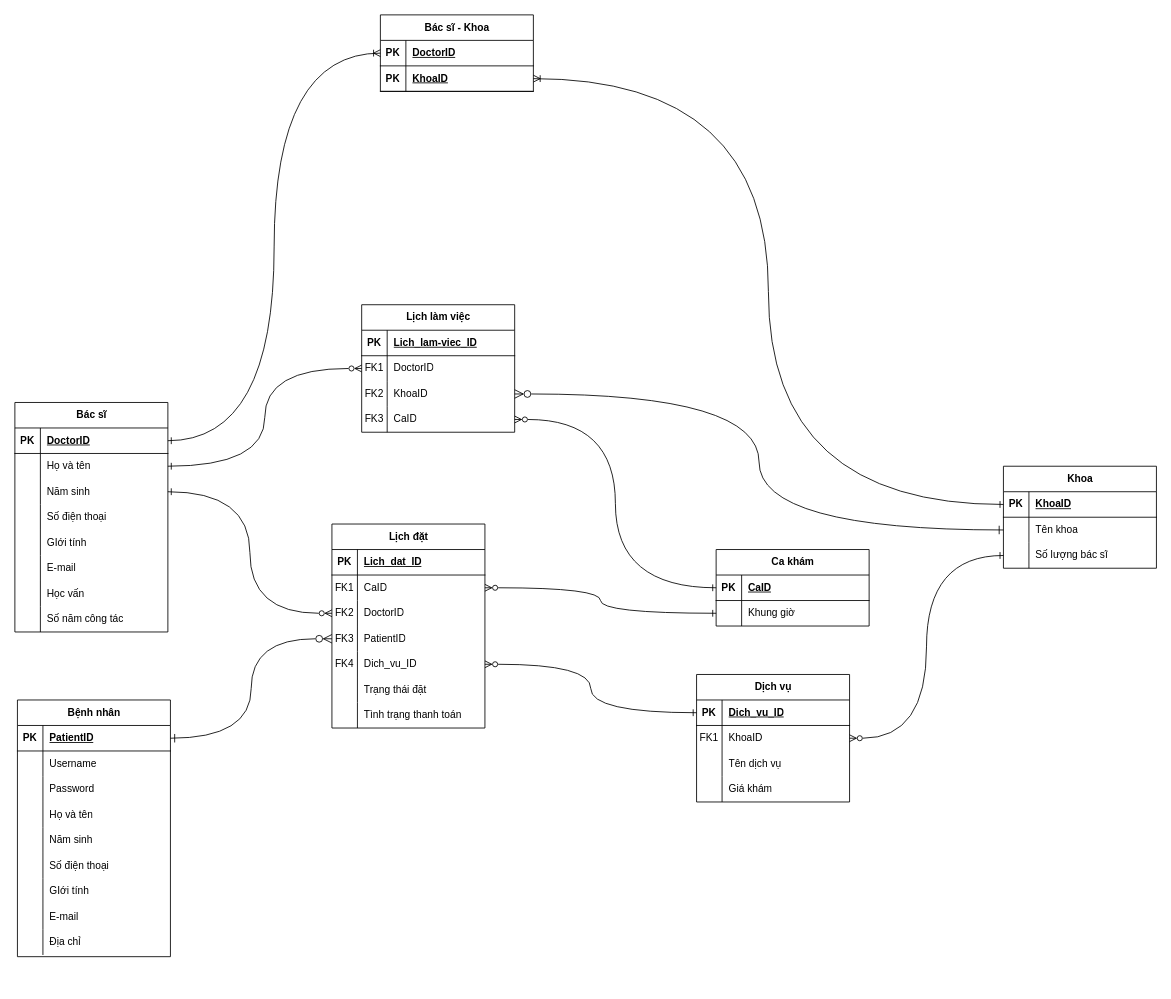
Above: Biểu đồ không có tiêu đề.drawio in ktoan911/Medical_scheduling_Web (draw.io), before the change. Source tidied: cells renumbered, new cells numbered last; positions are measured from the earlier drawing's top-left corner, leaving out a move shared by most shapes. Both pictures are drawn from the tidied source at 85%, with x=0, y=0 at pixel (14, 14).
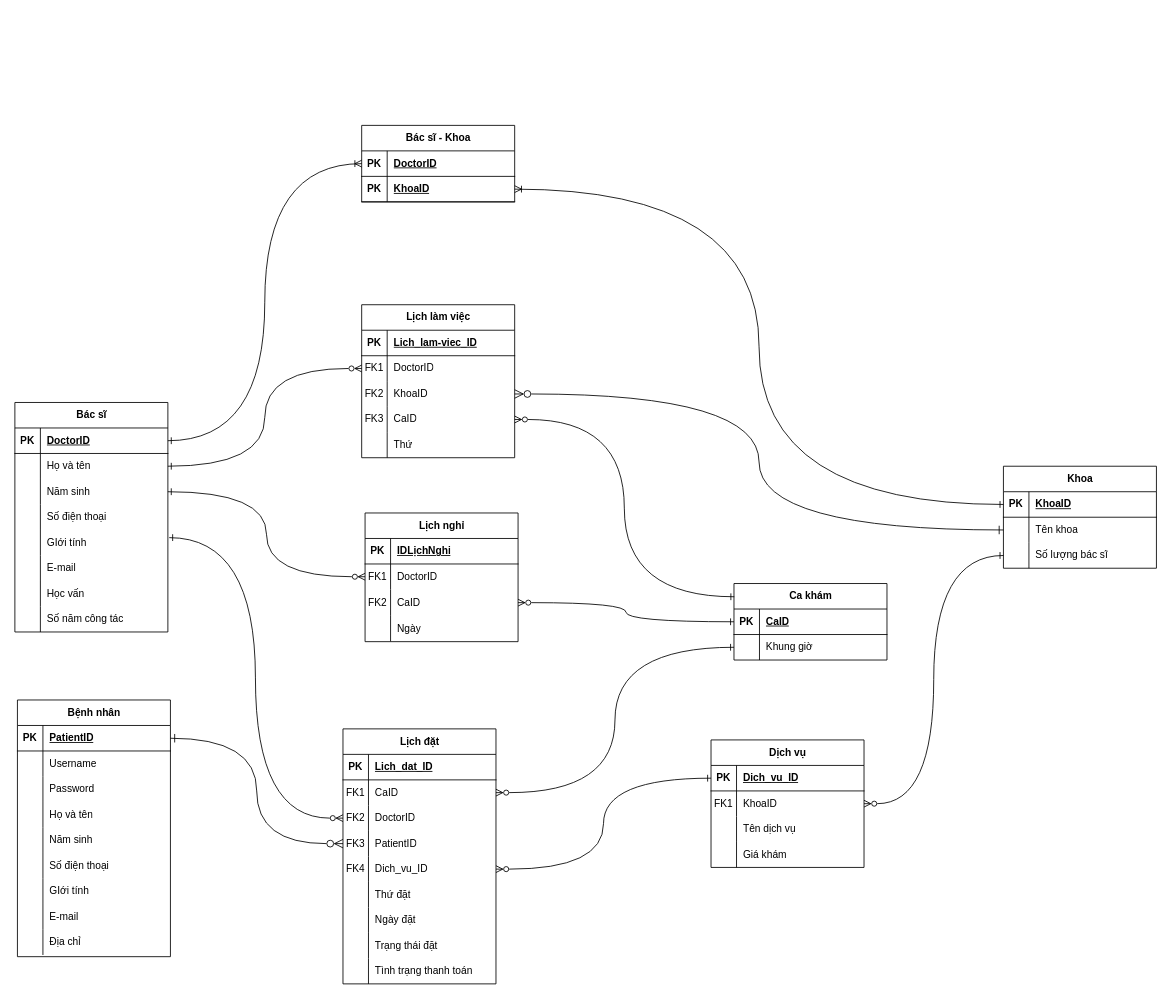
The same diagram, later.

Commit message:
Cập nhật Biểu đồ không có tiêu đề.drawio

Unchanged cells that the change refers to:
```xml
<mxCell id="9" style="shape=tableRow;horizontal=0;startSize=0;swimlaneHead=0;swimlaneBody=0;fillColor=none;points=[[0,0.5],[1,0.5]];portConstraint=eastwest;top=0;left=0;right=0;bottom=0;" parent="2" vertex="1">
  <mxGeometry y="90" width="180" height="30" as="geometry" />
</mxCell>
<mxCell id="15" style="shape=tableRow;horizontal=0;startSize=0;swimlaneHead=0;swimlaneBody=0;fillColor=none;points=[[0,0.5],[1,0.5]];portConstraint=eastwest;top=0;left=0;right=0;bottom=0;" parent="2" vertex="1">
  <mxGeometry y="150" width="180" height="30" as="geometry" />
</mxCell>
<mxCell id="56" style="shape=tableRow;horizontal=0;startSize=0;swimlaneHead=0;swimlaneBody=0;fillColor=none;points=[[0,0.5],[1,0.5]];portConstraint=eastwest;top=0;left=0;right=0;bottom=1;" parent="55" vertex="1">
  <mxGeometry y="30" width="180" height="30" as="geometry" />
</mxCell>
<mxCell id="72" style="shape=tableRow;horizontal=0;startSize=0;swimlaneHead=0;swimlaneBody=0;fillColor=none;points=[[0,0.5],[1,0.5]];portConstraint=eastwest;top=0;left=0;right=0;bottom=0;" parent="62" vertex="1">
  <mxGeometry y="120" width="180" height="30" as="geometry" />
</mxCell>
<mxCell id="82" style="shape=tableRow;horizontal=0;startSize=0;swimlaneHead=0;swimlaneBody=0;fillColor=none;points=[[0,0.5],[1,0.5]];portConstraint=eastwest;top=0;left=0;right=0;bottom=0;" parent="75" vertex="1">
  <mxGeometry y="90" width="180" height="30" as="geometry" />
</mxCell>
```

Change to the diagram source:
```diff
@@
     <mxCell id="55" value="Ca khám" style="shape=table;startSize=30;childLayout=tableLayout;rowLines=0;fontStyle=1;align=center;html=1;" parent="1" vertex="1">
-      <mxGeometry x="825" y="629" width="180" height="90" as="geometry" />
+      <mxGeometry x="846" y="669" width="180" height="90" as="geometry" />
     </mxCell>
@@
     <mxCell id="62" value="Lịch làm việc" style="shape=table;startSize=30;childLayout=tableLayout;rowLines=0;fontStyle=1;align=center;html=1;" parent="1" vertex="1">
-      <mxGeometry x="408" y="341" width="180" height="150" as="geometry" />
+      <mxGeometry x="408" y="341" width="180" height="180" as="geometry" />
     </mxCell>
@@
+    <mxCell id="137" style="shape=tableRow;horizontal=0;startSize=0;swimlaneHead=0;swimlaneBody=0;fillColor=none;top=0;left=0;right=0;bottom=0;" parent="62" vertex="1">
+      <mxGeometry y="150" width="180" height="30" as="geometry" />
+    </mxCell>
+    <mxCell id="138" style="shape=partialRectangle;fillColor=none;top=0;left=0;bottom=0;right=0;overflow=hidden;whiteSpace=wrap;html=1;" parent="137" vertex="1">
+      <mxGeometry width="30" height="30" as="geometry" />
+    </mxCell>
+    <mxCell id="139" value="Thứ" style="shape=partialRectangle;fillColor=none;top=0;left=0;bottom=0;right=0;align=left;spacingLeft=6;overflow=hidden;whiteSpace=wrap;html=1;" parent="137" vertex="1">
+      <mxGeometry x="30" width="150" height="30" as="geometry" />
+    </mxCell>
     <mxCell id="75" value="Lịch đặt" style="shape=table;startSize=30;childLayout=tableLayout;rowLines=0;fontStyle=1;align=center;html=1;" parent="1" vertex="1">
-      <mxGeometry x="373" y="599" width="180" height="240" as="geometry" />
+      <mxGeometry x="386" y="840" width="180" height="300" as="geometry" />
     </mxCell>
@@
+    <mxCell id="140" style="shape=tableRow;horizontal=0;startSize=0;swimlaneHead=0;swimlaneBody=0;fillColor=none;top=0;left=0;right=0;bottom=0;" parent="75" vertex="1">
+      <mxGeometry y="180" width="180" height="30" as="geometry" />
+    </mxCell>
+    <mxCell id="141" style="shape=partialRectangle;fillColor=none;top=0;left=0;bottom=0;right=0;overflow=hidden;whiteSpace=wrap;html=1;" parent="140" vertex="1">
+      <mxGeometry width="30" height="30" as="geometry" />
+    </mxCell>
+    <mxCell id="142" value="Thứ đặt" style="shape=partialRectangle;fillColor=none;top=0;left=0;bottom=0;right=0;align=left;spacingLeft=6;overflow=hidden;whiteSpace=wrap;html=1;" parent="140" vertex="1">
+      <mxGeometry x="30" width="150" height="30" as="geometry" />
+    </mxCell>
+    <mxCell id="143" style="shape=tableRow;horizontal=0;startSize=0;swimlaneHead=0;swimlaneBody=0;fillColor=none;top=0;left=0;right=0;bottom=0;" parent="75" vertex="1">
+      <mxGeometry y="210" width="180" height="30" as="geometry" />
+    </mxCell>
+    <mxCell id="144" style="shape=partialRectangle;fillColor=none;top=0;left=0;bottom=0;right=0;overflow=hidden;whiteSpace=wrap;html=1;" parent="143" vertex="1">
+      <mxGeometry width="30" height="30" as="geometry" />
+    </mxCell>
+    <mxCell id="145" value="Ngày đặt" style="shape=partialRectangle;fillColor=none;top=0;left=0;bottom=0;right=0;align=left;spacingLeft=6;overflow=hidden;whiteSpace=wrap;html=1;" parent="143" vertex="1">
+      <mxGeometry x="30" width="150" height="30" as="geometry" />
+    </mxCell>
     <mxCell id="91" style="shape=tableRow;horizontal=0;startSize=0;swimlaneHead=0;swimlaneBody=0;fillColor=none;top=0;left=0;right=0;bottom=0;" parent="75" vertex="1">
-      <mxGeometry y="180" width="180" height="30" as="geometry" />
+      <mxGeometry y="240" width="180" height="30" as="geometry" />
     </mxCell>
@@
     <mxCell id="94" style="shape=tableRow;horizontal=0;startSize=0;swimlaneHead=0;swimlaneBody=0;fillColor=none;top=0;left=0;right=0;bottom=0;" parent="75" vertex="1">
-      <mxGeometry y="210" width="180" height="30" as="geometry" />
+      <mxGeometry y="270" width="180" height="30" as="geometry" />
     </mxCell>
@@
     <mxCell id="97" value="Dịch vụ" style="shape=table;startSize=30;childLayout=tableLayout;rowLines=0;fontStyle=1;align=center;html=1;" parent="1" vertex="1">
-      <mxGeometry x="802" y="776" width="180" height="150" as="geometry" />
+      <mxGeometry x="819" y="853" width="180" height="150" as="geometry" />
     </mxCell>
@@
     <mxCell id="120" value="Bác sĩ - Khoa" style="shape=table;startSize=30;childLayout=tableLayout;rowLines=0;fontStyle=1;align=center;html=1;" parent="1" vertex="1">
-      <mxGeometry x="430" width="180" height="90" as="geometry" />
+      <mxGeometry x="408" y="130" width="180" height="90" as="geometry" />
     </mxCell>
@@
-    <mxCell id="129" style="edgeStyle=orthogonalEdgeStyle;rounded=0;jettySize=auto;html=1;exitX=1;exitY=0.5;exitDx=0;exitDy=0;entryX=0;entryY=0.5;entryDx=0;entryDy=0;curved=1;startArrow=ERone;startFill=0;endArrow=ERzeroToMany;endFill=0;" parent="1" edge="1" source="9" target="82">
+    <mxCell id="129" style="edgeStyle=orthogonalEdgeStyle;rounded=0;jettySize=auto;html=1;exitX=1.009;exitY=0.3;exitDx=0;exitDy=0;entryX=0;entryY=0.5;entryDx=0;entryDy=0;curved=1;startArrow=ERone;startFill=0;endArrow=ERzeroToMany;endFill=0;exitPerimeter=0;" parent="1" edge="1" source="15" target="82">
       <mxGeometry relative="1" as="geometry" />
     </mxCell>
@@
-    <mxCell id="131" style="edgeStyle=orthogonalEdgeStyle;rounded=0;jettySize=auto;html=1;exitX=0;exitY=0.5;exitDx=0;exitDy=0;entryX=1;entryY=0.5;entryDx=0;entryDy=0;curved=1;startArrow=ERone;startFill=0;endArrow=ERzeroToMany;endFill=0;" parent="1" edge="1" source="56" target="72">
+    <mxCell id="131" style="edgeStyle=orthogonalEdgeStyle;rounded=0;jettySize=auto;html=1;exitX=0.002;exitY=0.173;exitDx=0;exitDy=0;entryX=1;entryY=0.5;entryDx=0;entryDy=0;curved=1;startArrow=ERone;startFill=0;endArrow=ERzeroToMany;endFill=0;exitPerimeter=0;" parent="1" edge="1" source="55" target="72">
       <mxGeometry relative="1" as="geometry" />
     </mxCell>
@@
+    <mxCell id="146" value="Lịch nghỉ" style="shape=table;startSize=30;childLayout=tableLayout;rowLines=0;fontStyle=1;align=center;html=1;" parent="1" vertex="1">
+      <mxGeometry x="412" y="586" width="180" height="151.4" as="geometry" />
+    </mxCell>
+    <mxCell id="147" style="shape=tableRow;horizontal=0;startSize=0;swimlaneHead=0;swimlaneBody=0;fillColor=none;top=0;left=0;right=0;bottom=1;" parent="146" vertex="1">
+      <mxGeometry y="30" width="180" height="30" as="geometry" />
+    </mxCell>
+    <mxCell id="148" value="PK" style="shape=partialRectangle;fillColor=none;top=0;left=0;bottom=0;right=0;fontStyle=1;overflow=hidden;whiteSpace=wrap;html=1;" parent="147" vertex="1">
+      <mxGeometry width="30" height="30" as="geometry" />
+    </mxCell>
+    <mxCell id="149" value="IDLịchNghi" style="shape=partialRectangle;fillColor=none;top=0;left=0;bottom=0;right=0;align=left;spacingLeft=6;fontStyle=5;overflow=hidden;whiteSpace=wrap;html=1;" parent="147" vertex="1">
+      <mxGeometry x="30" width="150" height="30" as="geometry" />
+    </mxCell>
+    <mxCell id="150" style="shape=tableRow;horizontal=0;startSize=0;swimlaneHead=0;swimlaneBody=0;fillColor=none;points=[[0,0.5],[1,0.5]];portConstraint=eastwest;top=0;left=0;right=0;bottom=0;" parent="146" vertex="1">
+      <mxGeometry y="60" width="180" height="30" as="geometry" />
+    </mxCell>
+    <mxCell id="151" value="FK1" style="shape=partialRectangle;fillColor=none;top=0;left=0;bottom=0;right=0;overflow=hidden;whiteSpace=wrap;html=1;" parent="150" vertex="1">
+      <mxGeometry width="30" height="30" as="geometry" />
+    </mxCell>
+    <mxCell id="152" value="DoctorID" style="shape=partialRectangle;fillColor=none;top=0;left=0;bottom=0;right=0;align=left;spacingLeft=6;overflow=hidden;whiteSpace=wrap;html=1;" parent="150" vertex="1">
+      <mxGeometry x="30" width="150" height="30" as="geometry" />
+    </mxCell>
+    <mxCell id="153" style="shape=tableRow;horizontal=0;startSize=0;swimlaneHead=0;swimlaneBody=0;fillColor=none;points=[[0,0.5],[1,0.5]];portConstraint=eastwest;top=0;left=0;right=0;bottom=0;" parent="146" vertex="1">
+      <mxGeometry y="90" width="180" height="31" as="geometry" />
+    </mxCell>
+    <mxCell id="154" value="FK2" style="shape=partialRectangle;fillColor=none;top=0;left=0;bottom=0;right=0;overflow=hidden;whiteSpace=wrap;html=1;" parent="153" vertex="1">
+      <mxGeometry width="30" height="31" as="geometry" />
+    </mxCell>
+    <mxCell id="155" value="CaID" style="shape=partialRectangle;fillColor=none;top=0;left=0;bottom=0;right=0;align=left;spacingLeft=6;overflow=hidden;whiteSpace=wrap;html=1;" parent="153" vertex="1">
+      <mxGeometry x="30" width="150" height="31" as="geometry" />
+    </mxCell>
+    <mxCell id="156" style="shape=tableRow;horizontal=0;startSize=0;swimlaneHead=0;swimlaneBody=0;fillColor=none;top=0;left=0;right=0;bottom=0;" parent="146" vertex="1">
+      <mxGeometry y="121" width="180" height="30" as="geometry" />
+    </mxCell>
+    <mxCell id="157" style="shape=partialRectangle;fillColor=none;top=0;left=0;bottom=0;right=0;overflow=hidden;whiteSpace=wrap;html=1;" parent="156" vertex="1">
+      <mxGeometry width="30" height="30" as="geometry" />
+    </mxCell>
+    <mxCell id="158" value="Ngày" style="shape=partialRectangle;fillColor=none;top=0;left=0;bottom=0;right=0;align=left;spacingLeft=6;overflow=hidden;whiteSpace=wrap;html=1;" parent="156" vertex="1">
+      <mxGeometry x="30" width="150" height="30" as="geometry" />
+    </mxCell>
+    <mxCell id="159" style="edgeStyle=orthogonalEdgeStyle;rounded=0;jettySize=auto;html=1;exitX=1;exitY=0.5;exitDx=0;exitDy=0;entryX=0;entryY=0.5;entryDx=0;entryDy=0;curved=1;startArrow=ERone;startFill=0;endArrow=ERzeroToMany;endFill=0;" parent="1" edge="1" source="9" target="150">
+      <mxGeometry relative="1" as="geometry" />
+    </mxCell>
+    <mxCell id="160" style="edgeStyle=orthogonalEdgeStyle;rounded=0;jettySize=auto;html=1;exitX=0;exitY=0.5;exitDx=0;exitDy=0;entryX=1;entryY=0.5;entryDx=0;entryDy=0;curved=1;startArrow=ERone;startFill=0;endArrow=ERzeroToMany;endFill=0;" parent="1" edge="1" source="56" target="153">
+      <mxGeometry relative="1" as="geometry" />
+    </mxCell>
```
